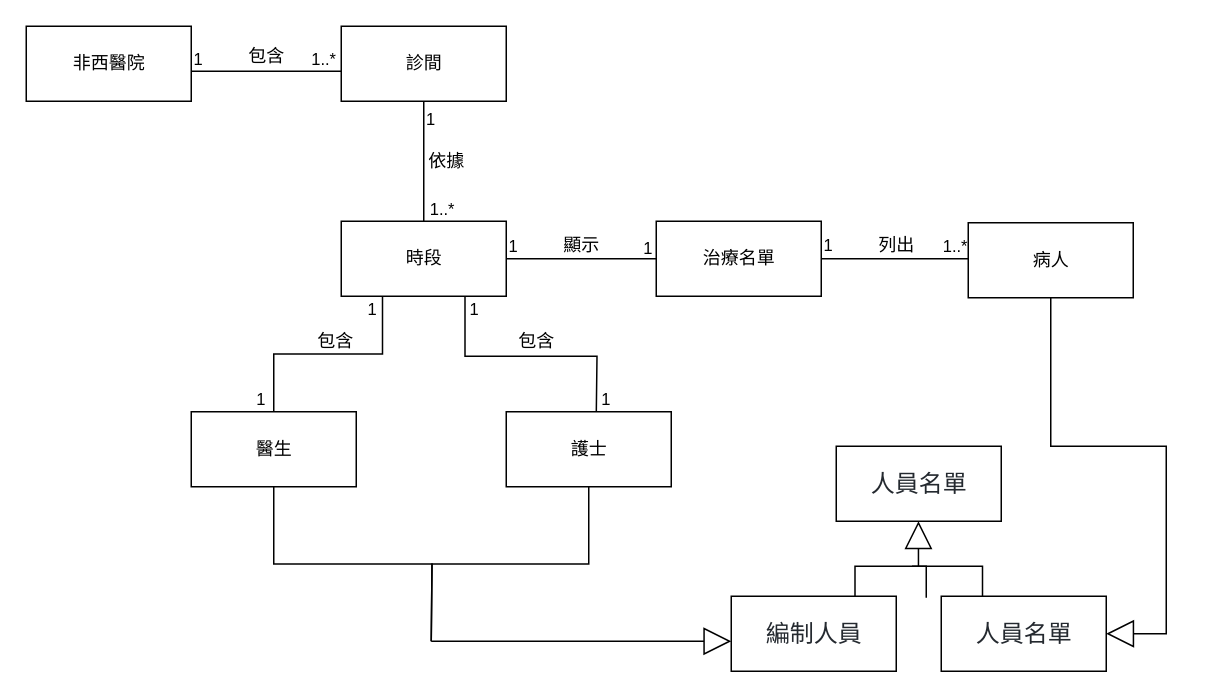
T-24135518/110-2HW2 keeps this draw.io diagram as Clinic.drawio. Above is the earlier version. Source tidied: cells renumbered, new cells numbered last; positions are measured from the earlier drawing's top-left corner, leaving out a move shared by most shapes. Both pictures are drawn from the tidied source at 150%, with x=0, y=0 at pixel (26, 26).
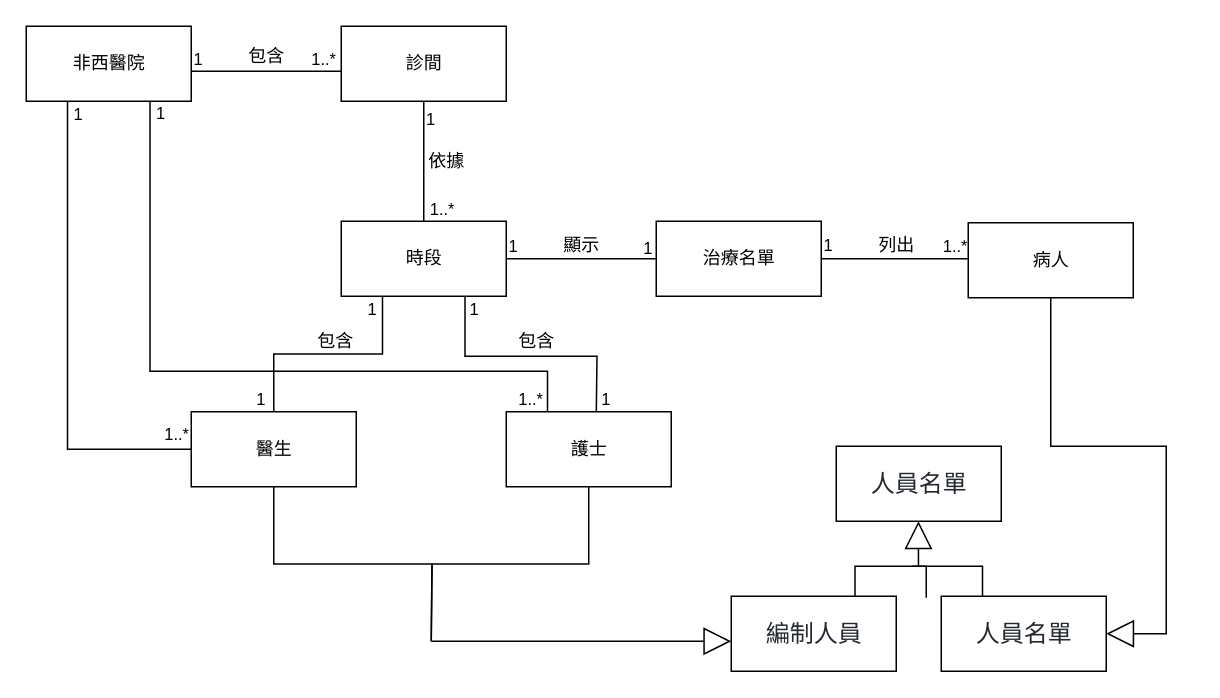
The same page after the edit.

The change refers to these unchanged cells:
```xml
<mxCell id="2" value="非西醫院" style="html=1;" parent="1" vertex="1">
  <mxGeometry width="110" height="50" as="geometry" />
</mxCell>
<mxCell id="18" value="醫生" style="html=1;" parent="1" vertex="1">
  <mxGeometry x="110" y="257" width="110" height="50" as="geometry" />
</mxCell>
<mxCell id="21" value="護士" style="html=1;" parent="1" vertex="1">
  <mxGeometry x="320" y="257" width="110" height="50" as="geometry" />
</mxCell>
```

The edit, as a diff of the source:
```diff
@@
+    <mxCell id="43" style="edgeStyle=orthogonalEdgeStyle;rounded=0;jettySize=auto;html=1;exitX=0.25;exitY=1;exitDx=0;exitDy=0;entryX=0;entryY=0.5;entryDx=0;entryDy=0;endArrow=none;endFill=0;" parent="1" edge="1" source="2" target="18">
+      <mxGeometry relative="1" as="geometry" />
+    </mxCell>
+    <mxCell id="44" style="edgeStyle=orthogonalEdgeStyle;rounded=0;jettySize=auto;html=1;exitX=0.75;exitY=1;exitDx=0;exitDy=0;entryX=0.25;entryY=0;entryDx=0;entryDy=0;endArrow=none;endFill=0;" parent="1" edge="1" source="2" target="21">
+      <mxGeometry relative="1" as="geometry">
+        <Array as="points">
+          <mxPoint x="83" y="230" />
+          <mxPoint x="348" y="230" />
+        </Array>
+      </mxGeometry>
+    </mxCell>
@@
+    <mxCell id="45" value="1" style="edgeLabel;html=1;align=left;verticalAlign=bottom;" parent="1" vertex="1">
+      <mxGeometry x="30" y="67" as="geometry" />
+    </mxCell>
+    <mxCell id="46" value="1" style="edgeLabel;html=1;align=left;verticalAlign=bottom;" parent="1" vertex="1">
+      <mxGeometry x="85" y="66" as="geometry" />
+    </mxCell>
+    <mxCell id="47" value="1..*" style="edgeLabel;html=1;align=right;verticalAlign=bottom;" parent="1" vertex="1">
+      <mxGeometry x="109" y="280" as="geometry" />
+    </mxCell>
+    <mxCell id="48" value="1..*" style="edgeLabel;html=1;align=right;verticalAlign=bottom;" parent="1" vertex="1">
+      <mxGeometry x="345" y="257" as="geometry" />
+    </mxCell>
```
